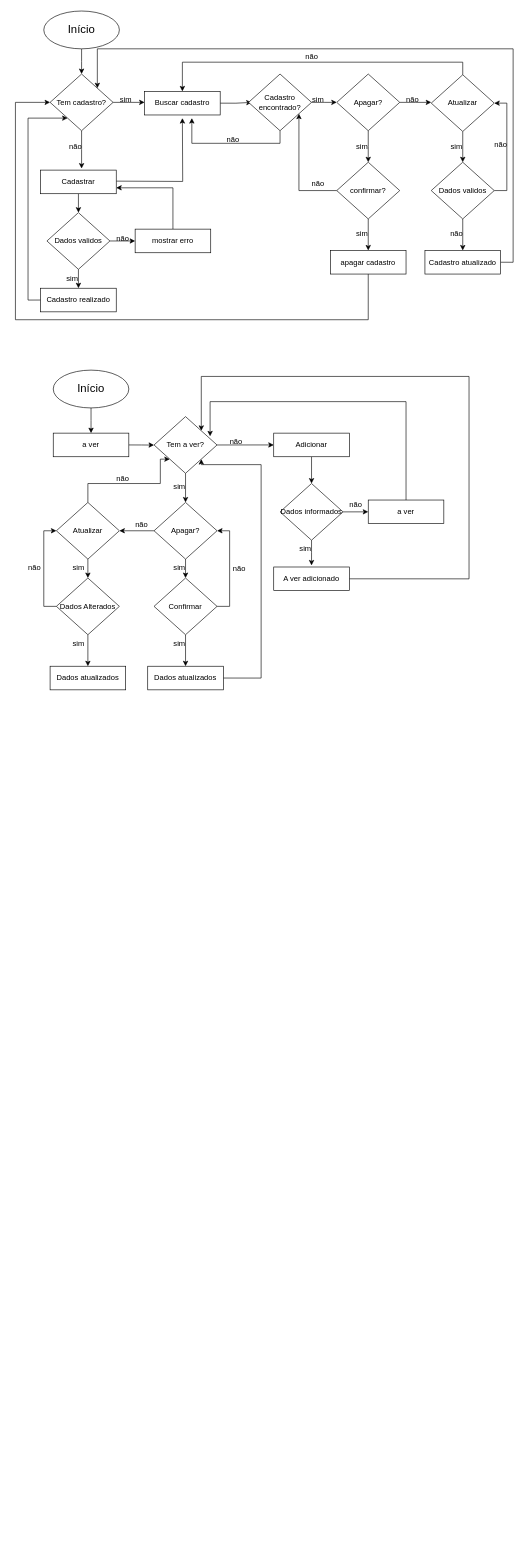
Before: Doc/Fluxograma.Drawio in AmabilyCarvalho/Equipe5, a draw.io diagram. Source tidied: cells renumbered, new cells numbered last; positions are measured from the earlier drawing's top-left corner, leaving out a move shared by most shapes. Both pictures are drawn from the tidied source at 63%, with x=0, y=0 at pixel (15, 11).
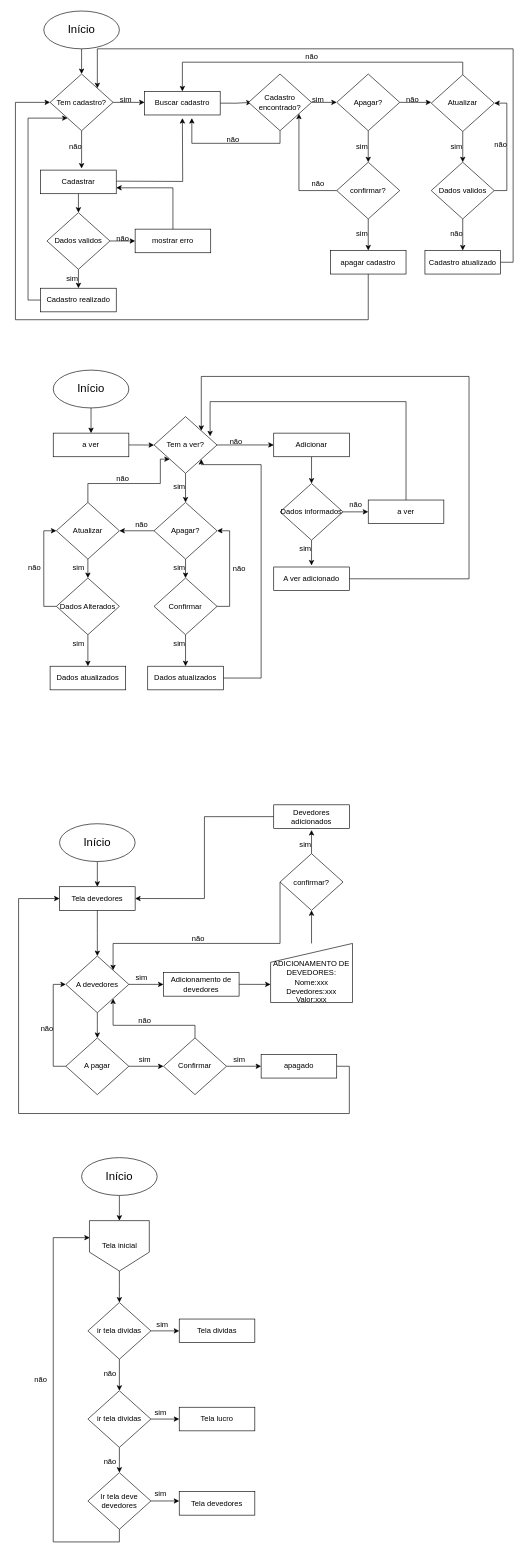
Above is the later version.

Diff of the diagram source:
```diff
@@
+    <mxCell id="95" style="edgeStyle=orthogonalEdgeStyle;rounded=0;jettySize=auto;html=1;exitX=0.5;exitY=1;exitDx=0;exitDy=0;entryX=0.5;entryY=0;entryDx=0;entryDy=0;" parent="1" edge="1" source="96" target="98">
+      <mxGeometry relative="1" as="geometry" />
+    </mxCell>
+    <mxCell id="96" value="&lt;font style=&quot;font-size: 18px;&quot;&gt;Início&lt;/font&gt;" style="ellipse;whiteSpace=wrap;html=1;" parent="1" vertex="1">
+      <mxGeometry x="70" y="1290" width="120" height="60" as="geometry" />
+    </mxCell>
+    <mxCell id="97" style="edgeStyle=orthogonalEdgeStyle;rounded=0;jettySize=auto;html=1;exitX=0.5;exitY=1;exitDx=0;exitDy=0;" parent="1" edge="1" source="98">
+      <mxGeometry relative="1" as="geometry">
+        <mxPoint x="130" y="1500" as="targetPoint" />
+      </mxGeometry>
+    </mxCell>
+    <mxCell id="98" value="Tela devedores" style="rounded=0;whiteSpace=wrap;html=1;" parent="1" vertex="1">
+      <mxGeometry x="70" y="1390" width="120" height="37.5" as="geometry" />
+    </mxCell>
+    <mxCell id="99" style="edgeStyle=orthogonalEdgeStyle;rounded=0;jettySize=auto;html=1;exitX=0.5;exitY=1;exitDx=0;exitDy=0;" parent="1" edge="1" source="101">
+      <mxGeometry relative="1" as="geometry">
+        <mxPoint x="130" y="1630" as="targetPoint" />
+      </mxGeometry>
+    </mxCell>
+    <mxCell id="100" style="edgeStyle=orthogonalEdgeStyle;rounded=0;jettySize=auto;html=1;exitX=1;exitY=0.5;exitDx=0;exitDy=0;" parent="1" edge="1" source="101">
+      <mxGeometry relative="1" as="geometry">
+        <mxPoint x="235" y="1545" as="targetPoint" />
+      </mxGeometry>
+    </mxCell>
+    <mxCell id="101" value="A devedores" style="rhombus;whiteSpace=wrap;html=1;" parent="1" vertex="1">
+      <mxGeometry x="80" y="1500" width="100" height="90" as="geometry" />
+    </mxCell>
+    <mxCell id="102" value="não" style="text;html=1;align=center;verticalAlign=middle;strokeColor=none;fillColor=none;" parent="1" vertex="1">
+      <mxGeometry x="30" y="1600" width="40" height="30" as="geometry" />
+    </mxCell>
+    <mxCell id="103" style="edgeStyle=orthogonalEdgeStyle;rounded=0;jettySize=auto;html=1;exitX=1;exitY=0.5;exitDx=0;exitDy=0;" parent="1" edge="1" source="105">
+      <mxGeometry relative="1" as="geometry">
+        <mxPoint x="235" y="1675" as="targetPoint" />
+      </mxGeometry>
+    </mxCell>
+    <mxCell id="104" style="edgeStyle=orthogonalEdgeStyle;rounded=0;jettySize=auto;html=1;exitX=0;exitY=0.5;exitDx=0;exitDy=0;entryX=0;entryY=0.5;entryDx=0;entryDy=0;" parent="1" edge="1" source="105" target="101">
+      <mxGeometry relative="1" as="geometry" />
+    </mxCell>
+    <mxCell id="105" value="A pagar" style="rhombus;whiteSpace=wrap;html=1;" parent="1" vertex="1">
+      <mxGeometry x="80" y="1630" width="100" height="90" as="geometry" />
+    </mxCell>
+    <mxCell id="106" style="edgeStyle=orthogonalEdgeStyle;rounded=0;jettySize=auto;html=1;exitX=0.5;exitY=0;exitDx=0;exitDy=0;" parent="1" edge="1" source="108">
+      <mxGeometry relative="1" as="geometry">
+        <mxPoint x="470" y="1300" as="targetPoint" />
+      </mxGeometry>
+    </mxCell>
+    <mxCell id="107" style="edgeStyle=orthogonalEdgeStyle;rounded=0;jettySize=auto;html=1;exitX=0;exitY=0.5;exitDx=0;exitDy=0;entryX=1;entryY=0;entryDx=0;entryDy=0;" parent="1" edge="1" source="108" target="101">
+      <mxGeometry relative="1" as="geometry">
+        <Array as="points">
+          <mxPoint x="420" y="1480" />
+          <mxPoint x="155" y="1480" />
+        </Array>
+      </mxGeometry>
+    </mxCell>
+    <mxCell id="108" value="confirmar?" style="rhombus;whiteSpace=wrap;html=1;" parent="1" vertex="1">
+      <mxGeometry x="420" y="1337.5" width="100" height="90" as="geometry" />
+    </mxCell>
+    <mxCell id="109" style="edgeStyle=orthogonalEdgeStyle;rounded=0;jettySize=auto;html=1;exitX=0.5;exitY=0;exitDx=0;exitDy=0;entryX=1;entryY=1;entryDx=0;entryDy=0;" parent="1" edge="1" source="111" target="101">
+      <mxGeometry relative="1" as="geometry" />
+    </mxCell>
+    <mxCell id="110" style="edgeStyle=orthogonalEdgeStyle;rounded=0;jettySize=auto;html=1;exitX=1;exitY=0.5;exitDx=0;exitDy=0;entryX=0;entryY=0.5;entryDx=0;entryDy=0;" parent="1" edge="1" source="111" target="115">
+      <mxGeometry relative="1" as="geometry" />
+    </mxCell>
+    <mxCell id="111" value="Confirmar" style="rhombus;whiteSpace=wrap;html=1;" parent="1" vertex="1">
+      <mxGeometry x="235" y="1630" width="100" height="90" as="geometry" />
+    </mxCell>
+    <mxCell id="112" value="não" style="text;html=1;align=center;verticalAlign=middle;strokeColor=none;fillColor=none;" parent="1" vertex="1">
+      <mxGeometry x="185" y="1588" width="40" height="30" as="geometry" />
+    </mxCell>
+    <mxCell id="113" value="sim" style="text;html=1;align=center;verticalAlign=middle;strokeColor=none;fillColor=none;" parent="1" vertex="1">
+      <mxGeometry x="185" y="1650" width="40" height="30" as="geometry" />
+    </mxCell>
+    <mxCell id="114" style="edgeStyle=orthogonalEdgeStyle;rounded=0;jettySize=auto;html=1;exitX=1;exitY=0.5;exitDx=0;exitDy=0;entryX=0;entryY=0.5;entryDx=0;entryDy=0;" parent="1" edge="1" source="115" target="98">
+      <mxGeometry relative="1" as="geometry">
+        <Array as="points">
+          <mxPoint x="530" y="1675" />
+          <mxPoint x="530" y="1750" />
+          <mxPoint x="5" y="1750" />
+          <mxPoint x="5" y="1409" />
+        </Array>
+      </mxGeometry>
+    </mxCell>
+    <mxCell id="115" value="apagado" style="rounded=0;whiteSpace=wrap;html=1;" parent="1" vertex="1">
+      <mxGeometry x="390" y="1656.2" width="120" height="37.5" as="geometry" />
+    </mxCell>
+    <mxCell id="116" value="sim" style="text;html=1;align=center;verticalAlign=middle;strokeColor=none;fillColor=none;" parent="1" vertex="1">
+      <mxGeometry x="335" y="1650" width="40" height="30" as="geometry" />
+    </mxCell>
+    <mxCell id="117" value="sim" style="text;html=1;align=center;verticalAlign=middle;strokeColor=none;fillColor=none;" parent="1" vertex="1">
+      <mxGeometry x="180" y="1520" width="40" height="30" as="geometry" />
+    </mxCell>
+    <mxCell id="118" style="edgeStyle=orthogonalEdgeStyle;rounded=0;jettySize=auto;html=1;exitX=1;exitY=0.5;exitDx=0;exitDy=0;" parent="1" edge="1" source="119">
+      <mxGeometry relative="1" as="geometry">
+        <mxPoint x="405" y="1545" as="targetPoint" />
+      </mxGeometry>
+    </mxCell>
+    <mxCell id="119" value="Adicionamento de devedores" style="rounded=0;whiteSpace=wrap;html=1;" parent="1" vertex="1">
+      <mxGeometry x="235" y="1526.2" width="120" height="37.5" as="geometry" />
+    </mxCell>
+    <mxCell id="120" style="edgeStyle=orthogonalEdgeStyle;rounded=0;jettySize=auto;html=1;exitX=0.5;exitY=0;exitDx=0;exitDy=0;" parent="1" edge="1" source="121" target="108">
+      <mxGeometry relative="1" as="geometry" />
+    </mxCell>
+    <mxCell id="121" value="&lt;div&gt;&lt;br&gt;&lt;/div&gt;&lt;div&gt;&lt;br&gt;&lt;/div&gt;ADICIONAMENTO DE DEVEDORES:&lt;div&gt;Nome:xxx&lt;/div&gt;&lt;div&gt;Devedores:xxx&lt;/div&gt;&lt;div&gt;Valor:xxx&lt;/div&gt;" style="shape=manualInput;whiteSpace=wrap;html=1;" parent="1" vertex="1">
+      <mxGeometry x="405" y="1480" width="130" height="93.8" as="geometry" />
+    </mxCell>
+    <mxCell id="122" style="edgeStyle=orthogonalEdgeStyle;rounded=0;jettySize=auto;html=1;exitX=0;exitY=0.5;exitDx=0;exitDy=0;entryX=1;entryY=0.5;entryDx=0;entryDy=0;" parent="1" edge="1" source="123" target="98">
+      <mxGeometry relative="1" as="geometry" />
+    </mxCell>
+    <mxCell id="123" value="Devedores adicionados" style="rounded=0;whiteSpace=wrap;html=1;" parent="1" vertex="1">
+      <mxGeometry x="410" y="1260" width="120" height="37.5" as="geometry" />
+    </mxCell>
+    <mxCell id="124" value="não" style="text;html=1;align=center;verticalAlign=middle;strokeColor=none;fillColor=none;" parent="1" vertex="1">
+      <mxGeometry x="270" y="1458" width="40" height="30" as="geometry" />
+    </mxCell>
+    <mxCell id="125" value="sim" style="text;html=1;align=center;verticalAlign=middle;strokeColor=none;fillColor=none;" parent="1" vertex="1">
+      <mxGeometry x="440" y="1308" width="40" height="30" as="geometry" />
+    </mxCell>
+    <mxCell id="126" style="edgeStyle=orthogonalEdgeStyle;rounded=0;jettySize=auto;html=1;exitX=0.5;exitY=1;exitDx=0;exitDy=0;entryX=0.5;entryY=0;entryDx=0;entryDy=0;" parent="1" edge="1" source="127" target="129">
+      <mxGeometry relative="1" as="geometry" />
+    </mxCell>
+    <mxCell id="127" value="&lt;font style=&quot;font-size: 18px;&quot;&gt;Início&lt;/font&gt;" style="ellipse;whiteSpace=wrap;html=1;" parent="1" vertex="1">
+      <mxGeometry x="105" y="1820" width="120" height="60" as="geometry" />
+    </mxCell>
+    <mxCell id="128" style="edgeStyle=orthogonalEdgeStyle;rounded=0;jettySize=auto;html=1;exitX=0.5;exitY=1;exitDx=0;exitDy=0;" parent="1" edge="1" source="129">
+      <mxGeometry relative="1" as="geometry">
+        <mxPoint x="165" y="2050" as="targetPoint" />
+      </mxGeometry>
+    </mxCell>
+    <mxCell id="129" value="Tela inicial" style="shape=offPageConnector;whiteSpace=wrap;html=1;" parent="1" vertex="1">
+      <mxGeometry x="117.5" y="1920" width="95" height="80" as="geometry" />
+    </mxCell>
+    <mxCell id="130" style="edgeStyle=orthogonalEdgeStyle;rounded=0;jettySize=auto;html=1;exitX=1;exitY=0.5;exitDx=0;exitDy=0;" parent="1" edge="1" source="132">
+      <mxGeometry relative="1" as="geometry">
+        <mxPoint x="260" y="2095" as="targetPoint" />
+      </mxGeometry>
+    </mxCell>
+    <mxCell id="131" style="edgeStyle=orthogonalEdgeStyle;rounded=0;jettySize=auto;html=1;exitX=0.5;exitY=1;exitDx=0;exitDy=0;" parent="1" edge="1" source="132">
+      <mxGeometry relative="1" as="geometry">
+        <mxPoint x="165" y="2190" as="targetPoint" />
+      </mxGeometry>
+    </mxCell>
+    <mxCell id="132" value="ir tela dividas" style="rhombus;whiteSpace=wrap;html=1;" parent="1" vertex="1">
+      <mxGeometry x="115" y="2050" width="100" height="90" as="geometry" />
+    </mxCell>
+    <mxCell id="133" value="sim" style="text;html=1;align=center;verticalAlign=middle;strokeColor=none;fillColor=none;" parent="1" vertex="1">
+      <mxGeometry x="212.5" y="2070" width="40" height="30" as="geometry" />
+    </mxCell>
+    <mxCell id="134" value="Tela dividas" style="rounded=0;whiteSpace=wrap;html=1;" parent="1" vertex="1">
+      <mxGeometry x="260" y="2076.2" width="120" height="37.5" as="geometry" />
+    </mxCell>
+    <mxCell id="135" style="edgeStyle=orthogonalEdgeStyle;rounded=0;jettySize=auto;html=1;exitX=1;exitY=0.5;exitDx=0;exitDy=0;" parent="1" edge="1" source="137">
+      <mxGeometry relative="1" as="geometry">
+        <mxPoint x="260" y="2235" as="targetPoint" />
+      </mxGeometry>
+    </mxCell>
+    <mxCell id="136" style="edgeStyle=orthogonalEdgeStyle;rounded=0;jettySize=auto;html=1;exitX=0.5;exitY=1;exitDx=0;exitDy=0;" parent="1" edge="1" source="137">
+      <mxGeometry relative="1" as="geometry">
+        <mxPoint x="165" y="2320" as="targetPoint" />
+      </mxGeometry>
+    </mxCell>
+    <mxCell id="137" value="ir tela dividas" style="rhombus;whiteSpace=wrap;html=1;" parent="1" vertex="1">
+      <mxGeometry x="115" y="2190" width="100" height="90" as="geometry" />
+    </mxCell>
+    <mxCell id="138" value="não" style="text;html=1;align=center;verticalAlign=middle;strokeColor=none;fillColor=none;" parent="1" vertex="1">
+      <mxGeometry x="130" y="2148" width="40" height="30" as="geometry" />
+    </mxCell>
+    <mxCell id="139" value="Tela lucro" style="rounded=0;whiteSpace=wrap;html=1;" parent="1" vertex="1">
+      <mxGeometry x="260" y="2216.2" width="120" height="37.5" as="geometry" />
+    </mxCell>
+    <mxCell id="140" style="edgeStyle=orthogonalEdgeStyle;rounded=0;jettySize=auto;html=1;exitX=1;exitY=0.5;exitDx=0;exitDy=0;" parent="1" edge="1" source="141">
+      <mxGeometry relative="1" as="geometry">
+        <mxPoint x="260" y="2365" as="targetPoint" />
+      </mxGeometry>
+    </mxCell>
+    <mxCell id="141" value="Ir tela deve devedores" style="rhombus;whiteSpace=wrap;html=1;" parent="1" vertex="1">
+      <mxGeometry x="115" y="2320" width="100" height="90" as="geometry" />
+    </mxCell>
+    <mxCell id="142" style="edgeStyle=orthogonalEdgeStyle;rounded=0;jettySize=auto;html=1;exitX=0.5;exitY=1;exitDx=0;exitDy=0;entryX=0.005;entryY=0.338;entryDx=0;entryDy=0;entryPerimeter=0;" parent="1" edge="1" source="141" target="129">
+      <mxGeometry relative="1" as="geometry">
+        <Array as="points">
+          <mxPoint x="165" y="2430" />
+          <mxPoint x="60" y="2430" />
+          <mxPoint x="60" y="1947" />
+        </Array>
+      </mxGeometry>
+    </mxCell>
+    <mxCell id="143" value="não" style="text;html=1;align=center;verticalAlign=middle;strokeColor=none;fillColor=none;" parent="1" vertex="1">
+      <mxGeometry x="20" y="2158" width="40" height="30" as="geometry" />
+    </mxCell>
+    <mxCell id="144" value="Tela devedores" style="rounded=0;whiteSpace=wrap;html=1;" parent="1" vertex="1">
+      <mxGeometry x="260" y="2350" width="120" height="37.5" as="geometry" />
+    </mxCell>
+    <mxCell id="145" value="sim" style="text;html=1;align=center;verticalAlign=middle;strokeColor=none;fillColor=none;" parent="1" vertex="1">
+      <mxGeometry x="210" y="2210" width="40" height="30" as="geometry" />
+    </mxCell>
+    <mxCell id="146" value="sim" style="text;html=1;align=center;verticalAlign=middle;strokeColor=none;fillColor=none;" parent="1" vertex="1">
+      <mxGeometry x="210" y="2338" width="40" height="30" as="geometry" />
+    </mxCell>
+    <mxCell id="147" value="não" style="text;html=1;align=center;verticalAlign=middle;strokeColor=none;fillColor=none;" parent="1" vertex="1">
+      <mxGeometry x="130" y="2288" width="40" height="30" as="geometry" />
+    </mxCell>
```
